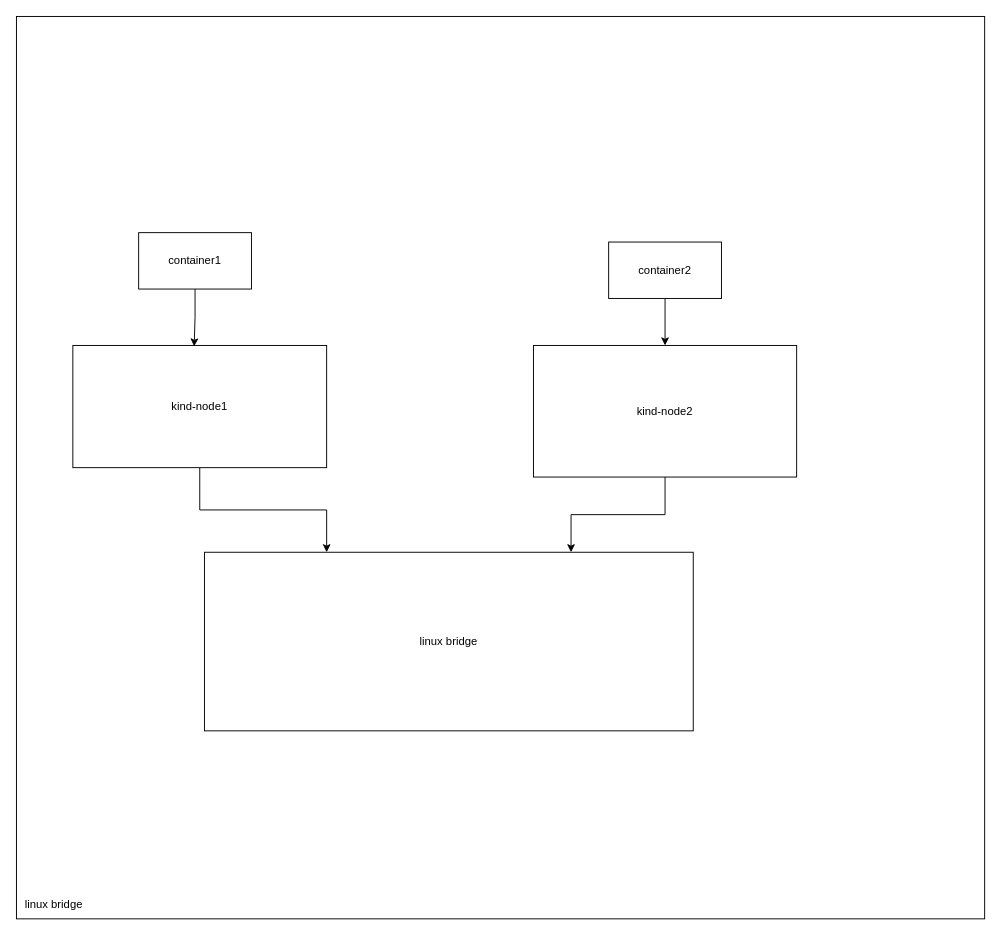
Above: no-cilium/kind.drawio in liyihuang/linux_dp_pwru (draw.io), before the change. Source tidied: cells renumbered, new cells numbered last; positions are measured from the earlier drawing's top-left corner, leaving out a move shared by most shapes. Both pictures are drawn from the tidied source at 94%, with x=0, y=0 at pixel (16, 16).
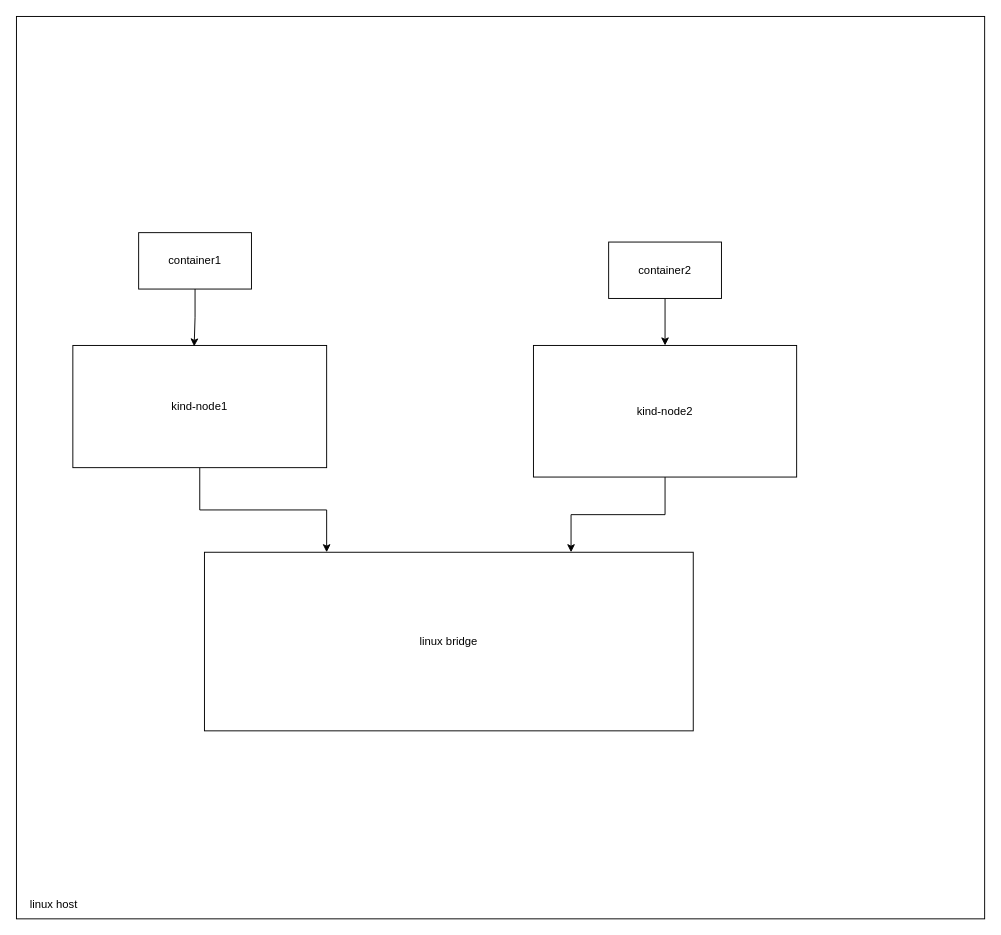
After the change.

Change to the diagram source:
```diff
@@
 <mxGraphModel>
   <root>
     <mxCell id="0" />
     <mxCell id="1" parent="0" />
     <mxCell id="2" style="rounded=0;whiteSpace=wrap;html=1;" parent="1" vertex="1">
       <mxGeometry width="1030" height="960" as="geometry" />
     </mxCell>
     <mxCell id="3" value="container1" style="rounded=0;whiteSpace=wrap;html=1;" parent="1" vertex="1">
       <mxGeometry x="130" y="230" width="120" height="60" as="geometry" />
     </mxCell>
     <mxCell id="4" style="edgeStyle=orthogonalEdgeStyle;rounded=0;jettySize=auto;html=1;entryX=0.25;entryY=0;entryDx=0;entryDy=0;" parent="1" edge="1" source="5" target="11">
       <mxGeometry relative="1" as="geometry" />
     </mxCell>
     <mxCell id="5" value="kind-node1" style="rounded=0;whiteSpace=wrap;html=1;" parent="1" vertex="1">
       <mxGeometry x="60" y="350" width="270" height="130" as="geometry" />
     </mxCell>
     <mxCell id="6" style="edgeStyle=orthogonalEdgeStyle;rounded=0;jettySize=auto;html=1;entryX=0.75;entryY=0;entryDx=0;entryDy=0;" parent="1" edge="1" source="7" target="11">
       <mxGeometry relative="1" as="geometry" />
     </mxCell>
     <mxCell id="7" value="kind-node2" style="rounded=0;whiteSpace=wrap;html=1;" parent="1" vertex="1">
       <mxGeometry x="550" y="350" width="280" height="140" as="geometry" />
     </mxCell>
     <mxCell id="8" style="edgeStyle=orthogonalEdgeStyle;rounded=0;jettySize=auto;html=1;" parent="1" edge="1" source="9" target="7">
       <mxGeometry relative="1" as="geometry" />
     </mxCell>
     <mxCell id="9" value="container2" style="rounded=0;whiteSpace=wrap;html=1;" parent="1" vertex="1">
       <mxGeometry x="630" y="240" width="120" height="60" as="geometry" />
     </mxCell>
     <mxCell id="10" style="edgeStyle=orthogonalEdgeStyle;rounded=0;jettySize=auto;html=1;entryX=0.478;entryY=0.008;entryDx=0;entryDy=0;entryPerimeter=0;" parent="1" edge="1" source="3" target="5">
       <mxGeometry relative="1" as="geometry" />
     </mxCell>
     <mxCell id="11" value="linux bridge" style="rounded=0;whiteSpace=wrap;html=1;" parent="1" vertex="1">
       <mxGeometry x="200" y="570" width="520" height="190" as="geometry" />
     </mxCell>
-    <mxCell id="12" value="linux bridge" style="text;html=1;align=center;verticalAlign=middle;whiteSpace=wrap;rounded=0;" parent="1" vertex="1">
+    <mxCell id="12" value="linux host" style="text;html=1;align=center;verticalAlign=middle;whiteSpace=wrap;rounded=0;" parent="1" vertex="1">
       <mxGeometry y="930" width="80" height="30" as="geometry" />
     </mxCell>
   </root>
 </mxGraphModel>
```
